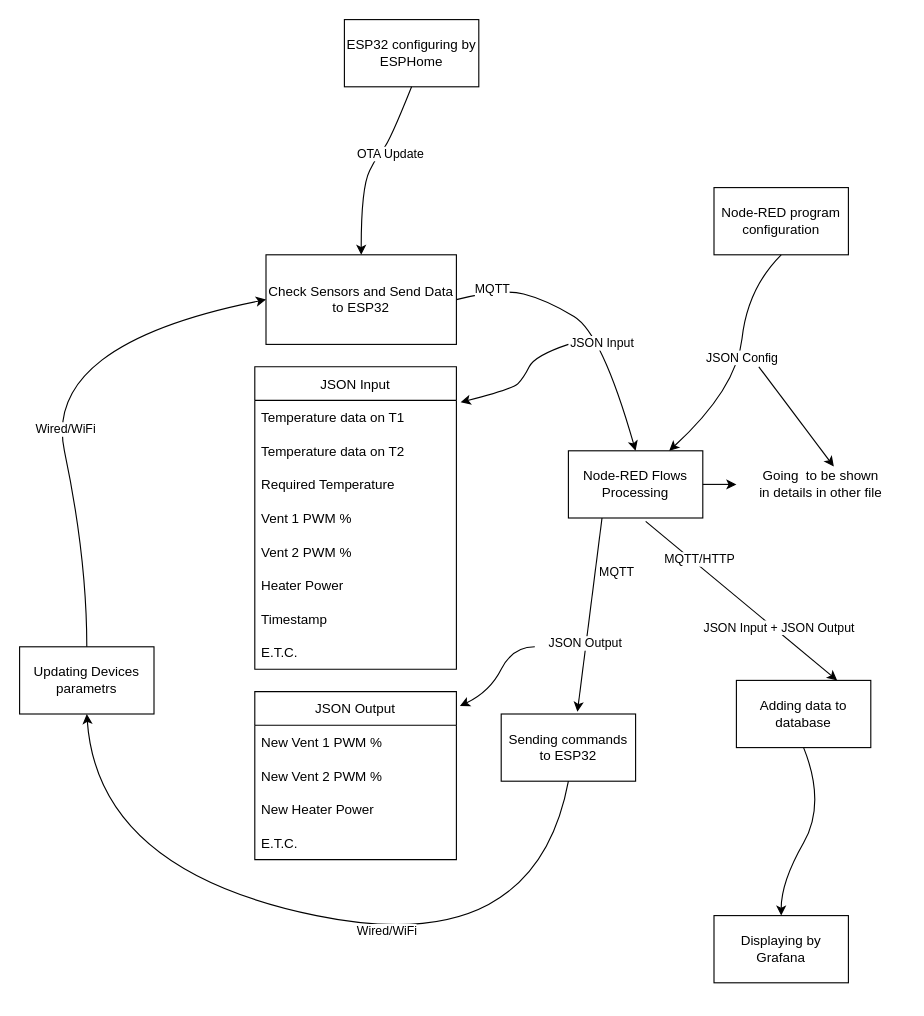
HaskSy/IoT-climate-control keeps this draw.io diagram as Climate-Control-Cycle.drawio. Above is the earlier version. Source tidied: cells renumbered, new cells numbered last; positions are measured from the earlier drawing's top-left corner, leaving out a move shared by most shapes. Both pictures are drawn from the tidied source at 112%, with x=0, y=0 at pixel (19, 19).
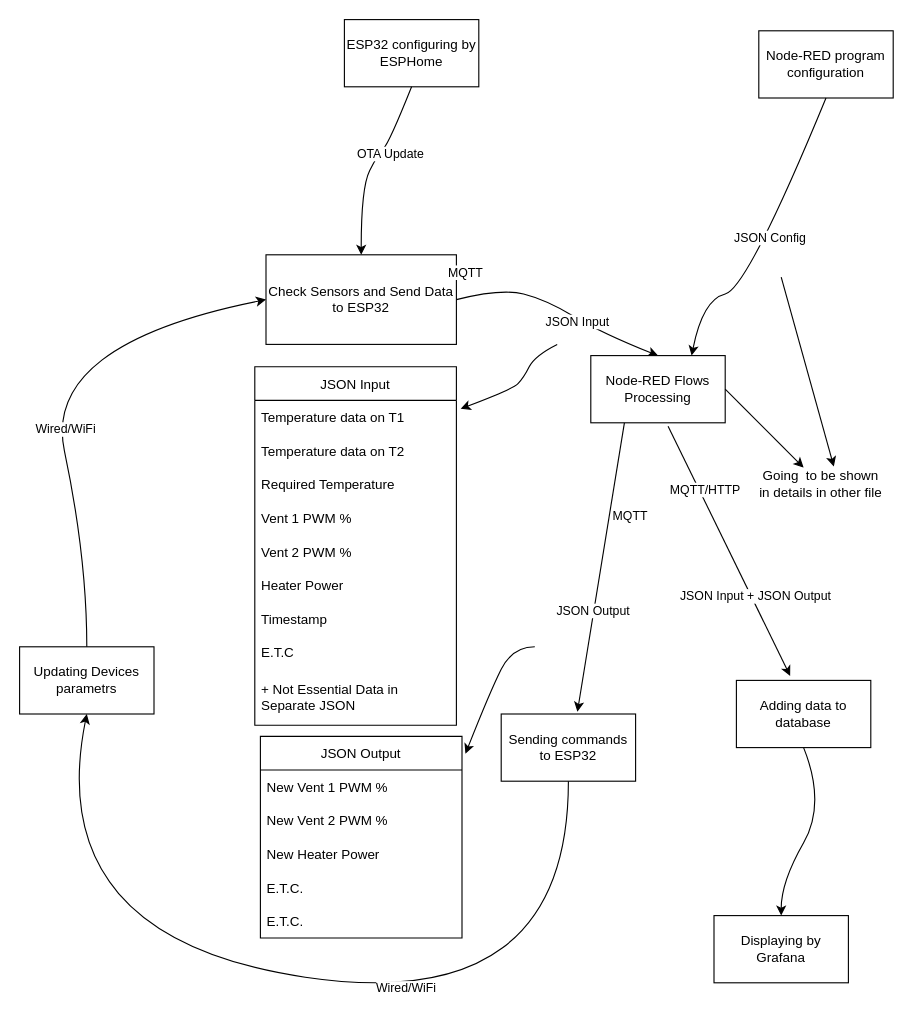
The same page after the edit.

Unchanged cells that the change refers to:
```xml
<mxCell id="17" value="&lt;div&gt;Going&amp;nbsp; to be shown &lt;br&gt;&lt;/div&gt;&lt;div&gt;in details in other file&lt;/div&gt;" style="text;html=1;align=center;verticalAlign=middle;points=[];strokeColor=none;fillColor=none;" parent="1" vertex="1">
  <mxGeometry x="640" y="400" width="150" height="30" as="geometry" />
</mxCell>
<mxCell id="19" value="Adding data to database" style="rounded=0;whiteSpace=wrap;html=1;" parent="1" vertex="1">
  <mxGeometry x="640" y="590" width="120" height="60" as="geometry" />
</mxCell>
<mxCell id="23" value="Sending commands to ESP32" style="rounded=0;whiteSpace=wrap;html=1;" parent="1" vertex="1">
  <mxGeometry x="430" y="620" width="120" height="60" as="geometry" />
</mxCell>
<mxCell id="33" value="Updating Devices parametrs" style="rounded=0;whiteSpace=wrap;html=1;" parent="1" vertex="1">
  <mxGeometry y="560" width="120" height="60" as="geometry" />
</mxCell>
```

Diff of the diagram source:
```diff
@@
     <mxCell id="6" value="Node-RED Flows Processing" style="rounded=0;whiteSpace=wrap;html=1;" parent="1" vertex="1">
-      <mxGeometry x="490" y="385" width="120" height="60" as="geometry" />
+      <mxGeometry x="510" y="300" width="120" height="60" as="geometry" />
     </mxCell>
     <mxCell id="7" value="JSON Input" style="swimlane;fontStyle=0;horizontal=1;startSize=30;" parent="1" vertex="1">
-      <mxGeometry x="210" y="310" width="180" height="270" as="geometry" />
+      <mxGeometry x="210" y="310" width="180" height="320" as="geometry" />
     </mxCell>
@@
+    <mxCell id="47" value="E.T.C" style="text;strokeColor=none;fillColor=none;align=left;verticalAlign=middle;spacingLeft=4;spacingRight=4;overflow=hidden;" parent="7" vertex="1">
+      <mxGeometry y="240" width="180" height="30" as="geometry" />
+    </mxCell>
-    <mxCell id="15" value="E.T.C." style="text;strokeColor=none;fillColor=none;align=left;verticalAlign=middle;spacingLeft=4;spacingRight=4;overflow=hidden;" parent="7" vertex="1">
-      <mxGeometry y="240" width="180" height="30" as="geometry" />
+    <mxCell id="15" value="+ Not Essential Data in&#10; Separate JSON" style="text;strokeColor=none;fillColor=none;align=left;verticalAlign=middle;spacingLeft=4;spacingRight=4;overflow=hidden;" parent="7" vertex="1">
+      <mxGeometry y="270" width="180" height="50" as="geometry" />
     </mxCell>
     <mxCell id="16" style="curved=1;endArrow=classic;html=1;rounded=0;entryX=1.021;entryY=0.117;entryDx=0;entryDy=0;entryPerimeter=0;" parent="1" edge="1" target="7">
       <mxGeometry relative="1" as="geometry">
-        <mxPoint x="490" y="290" as="sourcePoint" />
+        <mxPoint x="480" y="290" as="sourcePoint" />
         <Array as="points">
           <mxPoint x="460" y="300" />
           <mxPoint x="450" y="320" />
           <mxPoint x="440" y="330" />
         </Array>
       </mxGeometry>
     </mxCell>
@@
-    <mxCell id="20" style="endArrow=classic;html=1;rounded=0;entryX=0.75;entryY=0;entryDx=0;entryDy=0;exitX=0.575;exitY=1.05;exitDx=0;exitDy=0;exitPerimeter=0;" parent="1" edge="1" source="6" target="19">
+    <mxCell id="20" style="endArrow=classic;html=1;rounded=0;entryX=0.4;entryY=-0.067;entryDx=0;entryDy=0;exitX=0.575;exitY=1.05;exitDx=0;exitDy=0;exitPerimeter=0;entryPerimeter=0;" parent="1" edge="1" source="6" target="19">
       <mxGeometry relative="1" as="geometry" />
     </mxCell>
@@
     <mxCell id="27" value="JSON Output" style="swimlane;fontStyle=0;horizontal=1;startSize=30;" parent="1" vertex="1">
-      <mxGeometry x="210" y="600" width="180" height="150" as="geometry" />
+      <mxGeometry x="215" y="640" width="180" height="180" as="geometry" />
     </mxCell>
@@
+    <mxCell id="48" value="E.T.C." style="text;strokeColor=none;fillColor=none;align=left;verticalAlign=middle;spacingLeft=4;spacingRight=4;overflow=hidden;" parent="27" vertex="1">
+      <mxGeometry y="150" width="180" height="30" as="geometry" />
+    </mxCell>
@@
     <mxCell id="34" style="curved=1;endArrow=classic;html=1;rounded=0;entryX=0.5;entryY=1;entryDx=0;entryDy=0;exitX=0.5;exitY=1;exitDx=0;exitDy=0;" parent="1" edge="1" source="23" target="33">
       <mxGeometry relative="1" as="geometry">
         <Array as="points">
-          <mxPoint x="460" y="840" />
-          <mxPoint x="70" y="760" />
+          <mxPoint x="490" y="890" />
+          <mxPoint x="20" y="820" />
         </Array>
       </mxGeometry>
     </mxCell>
@@
     <mxCell id="43" value="Node-RED program configuration" style="rounded=0;whiteSpace=wrap;html=1;" parent="1" vertex="1">
-      <mxGeometry x="620" y="150" width="120" height="60" as="geometry" />
+      <mxGeometry x="660" y="10" width="120" height="60" as="geometry" />
     </mxCell>
     <mxCell id="44" style="curved=1;endArrow=classic;html=1;rounded=0;exitX=0.5;exitY=1;exitDx=0;exitDy=0;entryX=0.75;entryY=0;entryDx=0;entryDy=0;" parent="1" edge="1" source="43" target="6">
       <mxGeometry relative="1" as="geometry">
         <Array as="points">
           <mxPoint x="650" y="240" />
-          <mxPoint x="640" y="330" />
+          <mxPoint x="610" y="250" />
         </Array>
       </mxGeometry>
     </mxCell>
@@
     <mxCell id="46" style="endArrow=classic;html=1;rounded=0;entryX=0.58;entryY=-0.033;entryDx=0;entryDy=0;entryPerimeter=0;" parent="1" edge="1" target="17">
       <mxGeometry relative="1" as="geometry">
-        <mxPoint x="660" y="310" as="sourcePoint" />
+        <mxPoint x="680" y="230" as="sourcePoint" />
       </mxGeometry>
     </mxCell>
```
